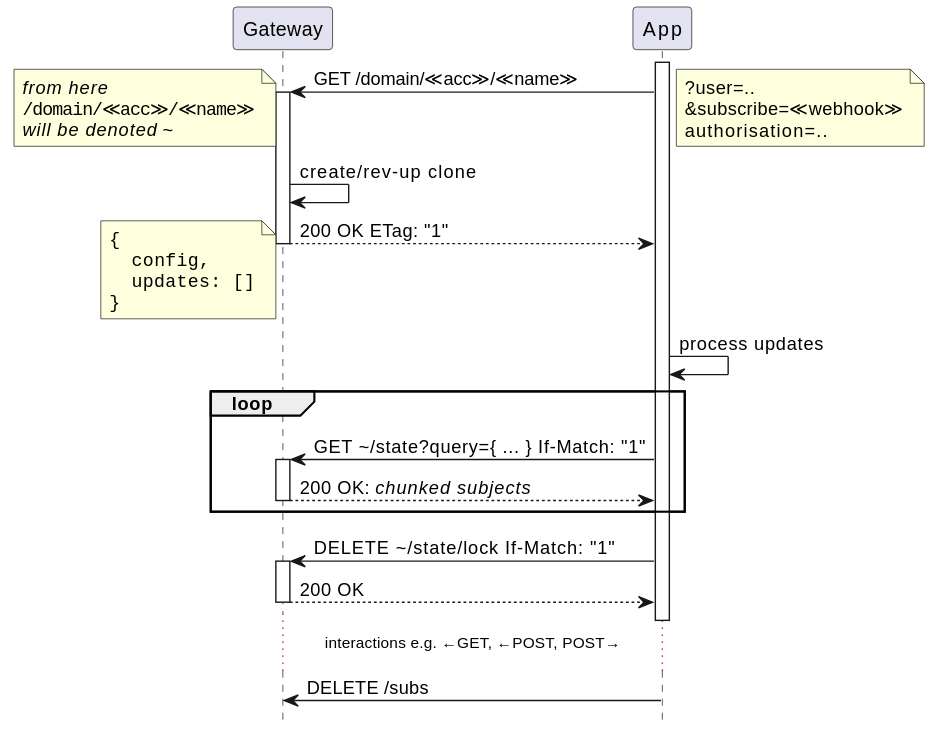
m-ld/m-ld-gateway keeps this PlantUML diagram as architecture/api/http/img/0-bootstrap.seq.svg. Above is the earlier version.
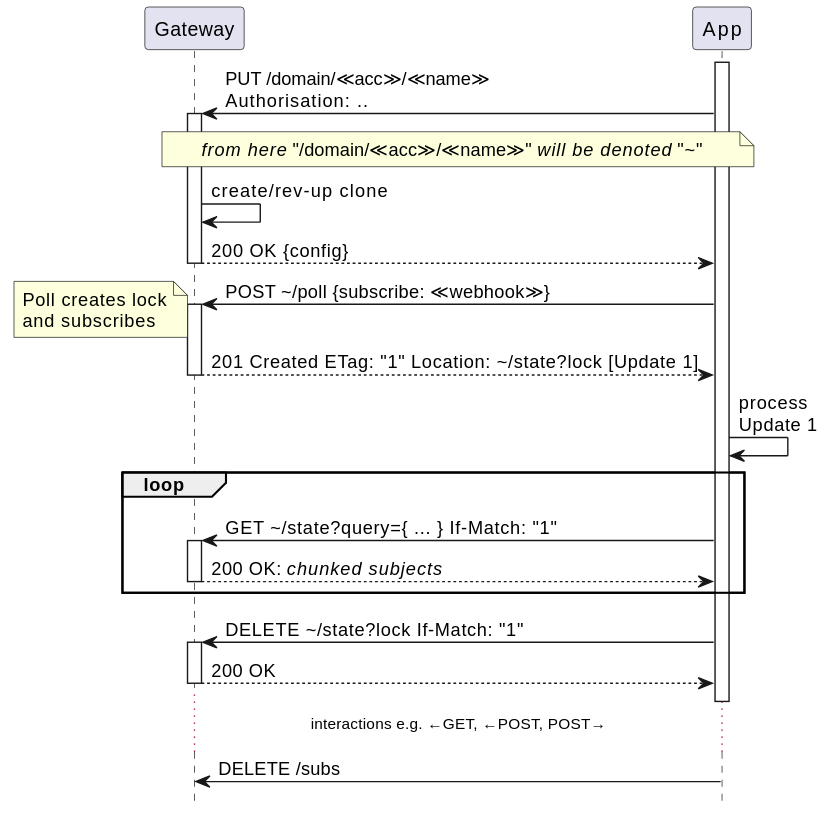
Later version of the same file.

Change to the diagram source:
```diff
@@ -6,33 +6,24 @@
 participant "App" as app
 
 activate app
-app -> gw ++: GET /domain/≪acc≫/≪name≫
-note right
-?user=..
-&subscribe=≪webhook≫
-authorisation=..
-end note
-note left
-//from here//
-""/domain/≪acc≫/≪name≫""
-//will be denoted// \~
+app -> gw ++: PUT /domain/≪acc≫/≪name≫\nAuthorisation: ..
+note across
+//from here// "/domain/≪acc≫/≪name≫" //will be denoted// "\~"
 end note
 gw -> gw: create/rev-up clone
-return 200 OK ETag: "1"
+return 200 OK {config}
+app -> gw ++: POST \~/poll {subscribe: ≪webhook≫}
 note left
-<code>
-{
-  config,
-  updates: []
-}
-</code>
+Poll creates lock
+and subscribes
 end note
-app -> app: process updates
+return 201 Created ETag: "1" Location: \~/state?lock [Update 1]
+app -> app: process\nUpdate 1
 loop
 app -> gw ++: GET \~/state?query={ ... } If-Match: "1"
 return 200 OK: //chunked subjects//
 end loop
-app -> gw ++: DELETE \~/state/lock If-Match: "1"
+app -> gw ++: DELETE \~/state?lock If-Match: "1"
 return 200 OK
 deactivate app
 
```
